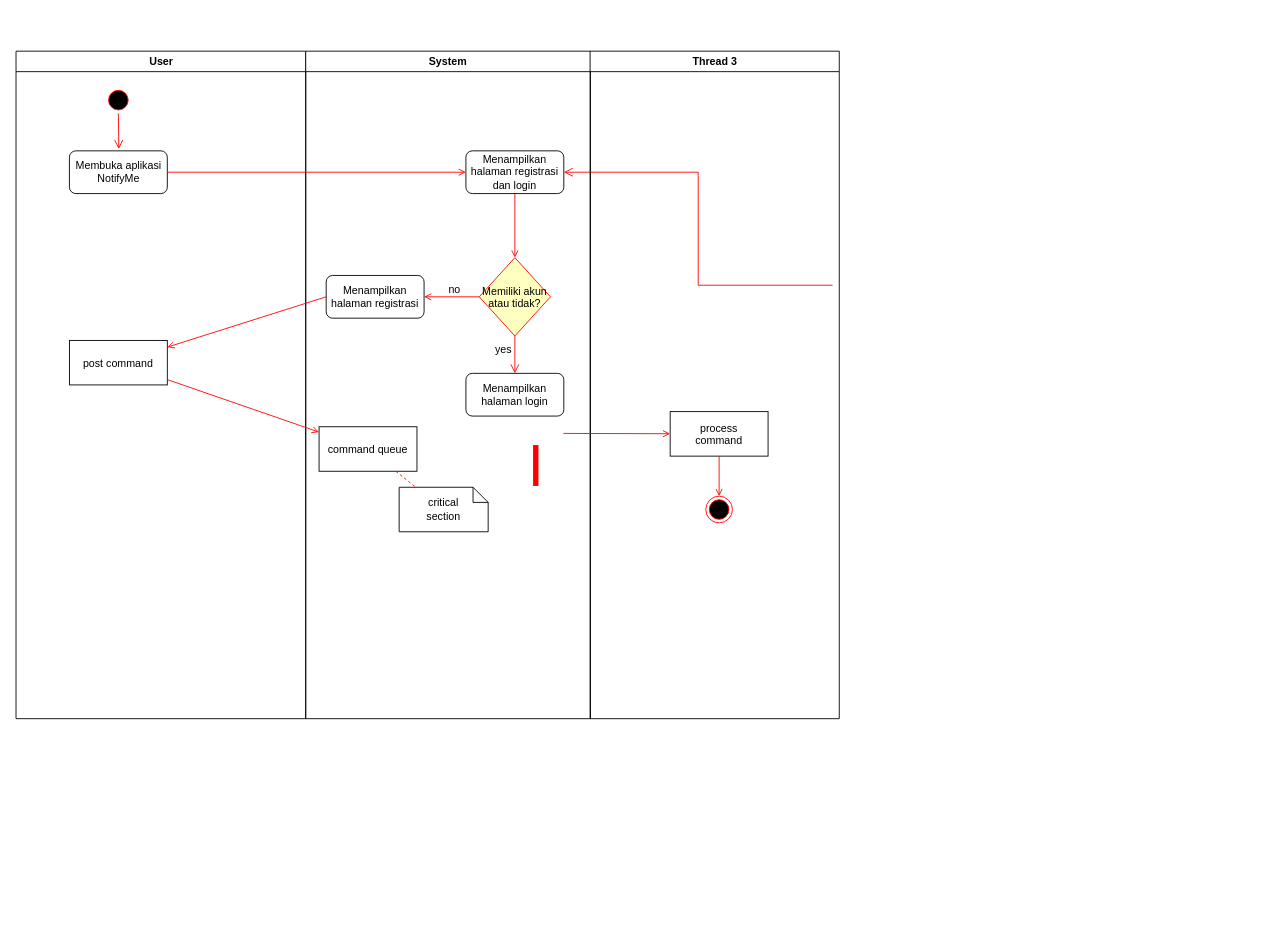
This is activityDiagram.drawio from NCalvaretta/Lab-Algorithm-and-Programming, a draw.io file, before an edit. Source tidied: cells renumbered, new cells numbered last; positions are measured from the earlier drawing's top-left corner, leaving out a move shared by most shapes. Both pictures are drawn from the tidied source at 89%, with x=0, y=0 at pixel (15, 51).
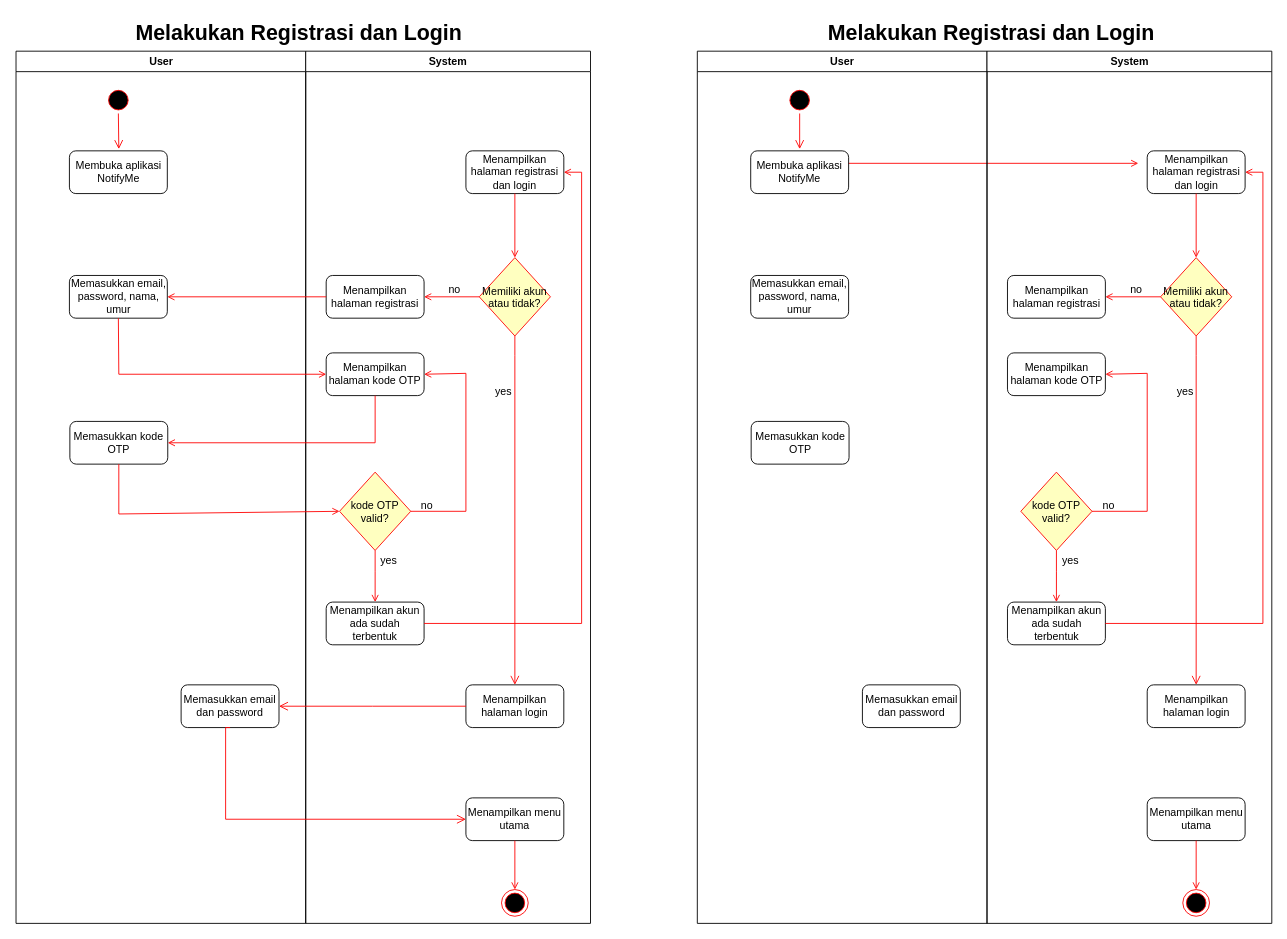
After the change.

The change refers to these unchanged cells:
```xml
<mxCell id="6" value="Membuka aplikasi NotifyMe" style="rounded=1;whiteSpace=wrap;html=1;" parent="2" vertex="1">
  <mxGeometry x="60" y="112" width="110" height="48" as="geometry" />
</mxCell>
<mxCell id="9" value="Memiliki akun&#10;atau tidak?" style="rhombus;fillColor=#ffffc0;strokeColor=#ff0000;" parent="7" vertex="1">
  <mxGeometry x="195" y="232" width="80" height="88" as="geometry" />
</mxCell>
<mxCell id="15" value="Menampilkan halaman registrasi dan login" style="rounded=1;whiteSpace=wrap;html=1;" parent="7" vertex="1">
  <mxGeometry x="180" y="112" width="110" height="48" as="geometry" />
</mxCell>
<mxCell id="18" value="Menampilkan halaman registrasi" style="rounded=1;whiteSpace=wrap;html=1;" parent="7" vertex="1">
  <mxGeometry x="23" y="252" width="110" height="48" as="geometry" />
</mxCell>
```

The edit, as a diff of the source:
```diff
@@
     <mxCell id="2" value="User" style="swimlane;whiteSpace=wrap;" parent="1" vertex="1">
-      <mxGeometry x="0.5" width="325.5" height="750" as="geometry" />
+      <mxGeometry x="0.5" width="325.5" height="980" as="geometry" />
     </mxCell>
@@
-    <mxCell id="5" value="post command" parent="2" vertex="1">
-      <mxGeometry x="60" y="325" width="110" height="50" as="geometry" />
-    </mxCell>
@@
+    <mxCell id="30" value="Memasukkan email, password, nama, umur" style="rounded=1;whiteSpace=wrap;html=1;" parent="2" vertex="1">
+      <mxGeometry x="60" y="252" width="110" height="48" as="geometry" />
+    </mxCell>
+    <mxCell id="31" value="Memasukkan email dan password" style="rounded=1;whiteSpace=wrap;html=1;" parent="2" vertex="1">
+      <mxGeometry x="185.5" y="712" width="110" height="48" as="geometry" />
+    </mxCell>
+    <mxCell id="32" value="Memasukkan kode OTP" style="rounded=1;whiteSpace=wrap;html=1;" parent="2" vertex="1">
+      <mxGeometry x="60.5" y="416" width="110" height="48" as="geometry" />
+    </mxCell>
     <mxCell id="7" value="System" style="swimlane;whiteSpace=wrap;" parent="1" vertex="1">
-      <mxGeometry x="326" width="320" height="750" as="geometry" />
+      <mxGeometry x="326" width="320" height="980" as="geometry" />
     </mxCell>
-    <mxCell id="8" value="command queue" parent="7" vertex="1">
-      <mxGeometry x="15" y="422" width="110" height="50" as="geometry" />
-    </mxCell>
@@
-    <mxCell id="10" style="edgeStyle=elbowEdgeStyle;elbow=horizontal;align=left;verticalAlign=top;endArrow=open;endSize=8;strokeColor=#FF0000;endFill=1;rounded=0;exitX=0.5;exitY=1;exitDx=0;exitDy=0;entryX=0.5;entryY=0;entryDx=0;entryDy=0;" parent="7" edge="1" source="9">
+    <mxCell id="10" style="edgeStyle=elbowEdgeStyle;elbow=horizontal;align=left;verticalAlign=top;endArrow=open;endSize=8;strokeColor=#FF0000;endFill=1;rounded=0;exitX=0.5;exitY=1;exitDx=0;exitDy=0;entryX=0.5;entryY=0;entryDx=0;entryDy=0;" parent="7" edge="1" source="9" target="19">
       <mxGeometry x="-1" relative="1" as="geometry">
-        <mxPoint x="235" y="362" as="targetPoint" />
         <Array as="points">
           <mxPoint x="235" y="342" />
         </Array>
       </mxGeometry>
     </mxCell>
-    <mxCell id="11" value="critical&#10;section" style="shape=note;whiteSpace=wrap;size=17;" parent="7" vertex="1">
-      <mxGeometry x="105" y="490" width="100" height="50" as="geometry" />
-    </mxCell>
-    <mxCell id="12" style="endArrow=none;strokeColor=#FF0000;endFill=0;rounded=0;dashed=1;" parent="7" edge="1" source="8" target="11">
-      <mxGeometry relative="1" as="geometry" />
-    </mxCell>
-    <mxCell id="13" style="whiteSpace=wrap;strokeColor=#FF0000;fillColor=#FF0000;" parent="7" vertex="1">
-      <mxGeometry x="256" y="443" width="5" height="45" as="geometry" />
-    </mxCell>
-    <mxCell id="14" style="edgeStyle=elbowEdgeStyle;elbow=horizontal;verticalAlign=bottom;endArrow=open;endSize=8;strokeColor=#FF0000;endFill=1;rounded=0;" parent="7" edge="1" target="15">
-      <mxGeometry x="130" y="90" as="geometry">
-        <mxPoint x="592" y="263" as="sourcePoint" />
-      </mxGeometry>
-    </mxCell>
@@
     <mxCell id="19" value="Menampilkan halaman login" style="rounded=1;whiteSpace=wrap;html=1;" parent="7" vertex="1">
-      <mxGeometry x="180" y="362" width="110" height="48" as="geometry" />
+      <mxGeometry x="180" y="712" width="110" height="48" as="geometry" />
     </mxCell>
@@
     <mxCell id="21" value="yes" style="text;html=1;strokeColor=none;fillColor=none;align=center;verticalAlign=middle;whiteSpace=wrap;rounded=0;" parent="7" vertex="1">
-      <mxGeometry x="205" y="332" width="35" height="8" as="geometry" />
+      <mxGeometry x="205" y="379" width="35" height="8" as="geometry" />
     </mxCell>
-    <mxCell id="22" value="Thread 3" style="swimlane;whiteSpace=wrap;" parent="1" vertex="1">
-      <mxGeometry x="645.5" width="280" height="750" as="geometry" />
-    </mxCell>
-    <mxCell id="23" value="process&#10;command" parent="22" vertex="1">
-      <mxGeometry x="90" y="405" width="110" height="50" as="geometry" />
-    </mxCell>
-    <mxCell id="24" style="edgeStyle=none;strokeColor=#FF0000;endArrow=open;endFill=1;rounded=0;" parent="22" edge="1" target="23">
-      <mxGeometry relative="1" as="geometry">
-        <mxPoint x="-30" y="429.5" as="sourcePoint" />
-      </mxGeometry>
-    </mxCell>
+    <mxCell id="33" value="Menampilkan halaman kode OTP" style="rounded=1;whiteSpace=wrap;html=1;" parent="7" vertex="1">
+      <mxGeometry x="23" y="339" width="110" height="48" as="geometry" />
+    </mxCell>
+    <mxCell id="34" value="kode OTP&#10;valid?" style="rhombus;fillColor=#ffffc0;strokeColor=#ff0000;" parent="7" vertex="1">
+      <mxGeometry x="38" y="473" width="80" height="88" as="geometry" />
+    </mxCell>
+    <mxCell id="35" style="endArrow=open;strokeColor=#FF0000;endFill=1;rounded=0;exitX=1;exitY=0.5;exitDx=0;exitDy=0;entryX=1;entryY=0.5;entryDx=0;entryDy=0;" parent="7" edge="1" source="34" target="33">
+      <mxGeometry relative="1" as="geometry">
+        <Array as="points">
+          <mxPoint x="180" y="517" />
+          <mxPoint x="180" y="362" />
+        </Array>
+      </mxGeometry>
+    </mxCell>
+    <mxCell id="36" value="no" style="text;html=1;strokeColor=none;fillColor=none;align=center;verticalAlign=middle;whiteSpace=wrap;rounded=0;" parent="7" vertex="1">
+      <mxGeometry x="119" y="507" width="35" height="8" as="geometry" />
+    </mxCell>
+    <mxCell id="37" value="yes" style="text;html=1;strokeColor=none;fillColor=none;align=center;verticalAlign=middle;whiteSpace=wrap;rounded=0;" parent="7" vertex="1">
+      <mxGeometry x="76" y="569" width="35" height="8" as="geometry" />
+    </mxCell>
+    <mxCell id="38" value="Menampilkan akun ada sudah terbentuk" style="rounded=1;whiteSpace=wrap;html=1;" parent="7" vertex="1">
+      <mxGeometry x="23" y="619" width="110" height="48" as="geometry" />
+    </mxCell>
+    <mxCell id="39" style="endArrow=open;strokeColor=#FF0000;endFill=1;rounded=0;exitX=0.5;exitY=1;exitDx=0;exitDy=0;entryX=0.5;entryY=0;entryDx=0;entryDy=0;" parent="7" edge="1" source="34" target="38">
+      <mxGeometry relative="1" as="geometry">
+        <Array as="points">
+          <mxPoint x="78" y="585" />
+        </Array>
+      </mxGeometry>
+    </mxCell>
+    <mxCell id="40" style="endArrow=open;strokeColor=#FF0000;endFill=1;rounded=0;exitX=1;exitY=0.5;exitDx=0;exitDy=0;entryX=1;entryY=0.5;entryDx=0;entryDy=0;" parent="7" edge="1" source="38" target="15">
+      <mxGeometry relative="1" as="geometry">
+        <Array as="points">
+          <mxPoint x="310" y="643" />
+          <mxPoint x="310" y="136" />
+        </Array>
+      </mxGeometry>
+    </mxCell>
-    <mxCell id="25" style="ellipse;shape=endState;fillColor=#000000;strokeColor=#ff0000;" parent="22" vertex="1">
-      <mxGeometry x="130" y="500" width="30" height="30" as="geometry" />
+    <mxCell id="25" style="ellipse;shape=endState;fillColor=#000000;strokeColor=#ff0000;" parent="7" vertex="1">
+      <mxGeometry x="220" y="942" width="30" height="30" as="geometry" />
     </mxCell>
-    <mxCell id="26" style="endArrow=open;strokeColor=#FF0000;endFill=1;rounded=0;" parent="22" edge="1" source="23" target="25">
-      <mxGeometry relative="1" as="geometry" />
-    </mxCell>
-    <mxCell id="27" style="endArrow=open;strokeColor=#FF0000;endFill=1;rounded=0;" parent="1" edge="1" source="5" target="8">
-      <mxGeometry relative="1" as="geometry" />
-    </mxCell>
+    <mxCell id="41" value="Menampilkan menu utama" style="rounded=1;whiteSpace=wrap;html=1;" parent="7" vertex="1">
+      <mxGeometry x="180" y="839" width="110" height="48" as="geometry" />
+    </mxCell>
+    <mxCell id="42" style="endArrow=open;strokeColor=#FF0000;endFill=1;rounded=0;exitX=0.5;exitY=1;exitDx=0;exitDy=0;entryX=0.5;entryY=0;entryDx=0;entryDy=0;" parent="7" edge="1" source="41" target="25">
+      <mxGeometry relative="1" as="geometry" />
+    </mxCell>
-    <mxCell id="28" style="endArrow=open;strokeColor=#FF0000;endFill=1;rounded=0;exitX=1;exitY=0.5;exitDx=0;exitDy=0;entryX=0;entryY=0.5;entryDx=0;entryDy=0;" parent="1" edge="1" source="6" target="15">
-      <mxGeometry relative="1" as="geometry" />
+    <mxCell id="28" style="endArrow=open;strokeColor=#FF0000;endFill=1;rounded=0;exitX=1;exitY=0.5;exitDx=0;exitDy=0;entryX=0;entryY=0.5;entryDx=0;entryDy=0;" parent="1" edge="1">
+      <mxGeometry relative="1" as="geometry">
+        <mxPoint x="926" y="126" as="sourcePoint" />
+        <mxPoint x="1261.5" y="126" as="targetPoint" />
+      </mxGeometry>
     </mxCell>
-    <mxCell id="29" style="endArrow=open;strokeColor=#FF0000;endFill=1;rounded=0;exitX=0;exitY=0.5;exitDx=0;exitDy=0;" parent="1" edge="1" source="18" target="5">
+    <mxCell id="29" style="endArrow=open;strokeColor=#FF0000;endFill=1;rounded=0;exitX=0;exitY=0.5;exitDx=0;exitDy=0;entryX=1;entryY=0.5;entryDx=0;entryDy=0;" parent="1" edge="1" source="18" target="30">
       <mxGeometry relative="1" as="geometry" />
     </mxCell>
+    <mxCell id="43" style="edgeStyle=elbowEdgeStyle;elbow=horizontal;align=left;verticalAlign=top;endArrow=open;endSize=8;strokeColor=#FF0000;endFill=1;rounded=0;exitX=0;exitY=0.5;exitDx=0;exitDy=0;entryX=1;entryY=0.5;entryDx=0;entryDy=0;" parent="1" edge="1" source="19" target="31">
+      <mxGeometry x="-1" relative="1" as="geometry" />
+    </mxCell>
+    <mxCell id="44" style="endArrow=open;strokeColor=#FF0000;endFill=1;rounded=0;exitX=0.5;exitY=1;exitDx=0;exitDy=0;entryX=0;entryY=0.5;entryDx=0;entryDy=0;" parent="1" edge="1" source="30" target="33">
+      <mxGeometry relative="1" as="geometry">
+        <Array as="points">
+          <mxPoint x="116" y="363" />
+        </Array>
+      </mxGeometry>
+    </mxCell>
+    <mxCell id="45" style="endArrow=open;strokeColor=#FF0000;endFill=1;rounded=0;exitX=0.5;exitY=1;exitDx=0;exitDy=0;entryX=1;entryY=0.5;entryDx=0;entryDy=0;" parent="1" edge="1" source="33" target="32">
+      <mxGeometry relative="1" as="geometry">
+        <Array as="points">
+          <mxPoint x="404" y="440" />
+        </Array>
+      </mxGeometry>
+    </mxCell>
+    <mxCell id="46" style="endArrow=open;strokeColor=#FF0000;endFill=1;rounded=0;exitX=0.5;exitY=1;exitDx=0;exitDy=0;entryX=0;entryY=0.5;entryDx=0;entryDy=0;" parent="1" edge="1" source="32" target="34">
+      <mxGeometry relative="1" as="geometry">
+        <Array as="points">
+          <mxPoint x="116" y="520" />
+        </Array>
+      </mxGeometry>
+    </mxCell>
+    <mxCell id="47" style="edgeStyle=elbowEdgeStyle;elbow=horizontal;align=left;verticalAlign=top;endArrow=open;endSize=8;strokeColor=#FF0000;endFill=1;rounded=0;exitX=0.5;exitY=1;exitDx=0;exitDy=0;entryX=0;entryY=0.5;entryDx=0;entryDy=0;" parent="1" edge="1" source="31" target="41">
+      <mxGeometry x="-1" relative="1" as="geometry">
+        <Array as="points">
+          <mxPoint x="236" y="860" />
+        </Array>
+      </mxGeometry>
+    </mxCell>
+    <mxCell id="48" value="Melakukan Registrasi dan Login" style="text;strokeColor=none;fillColor=none;html=1;fontSize=24;fontStyle=1;verticalAlign=middle;align=center;" parent="1" vertex="1">
+      <mxGeometry x="268" y="-40" width="100" height="40" as="geometry" />
+    </mxCell>
+    <mxCell id="49" value="User" style="swimlane;whiteSpace=wrap;" parent="1" vertex="1">
+      <mxGeometry x="766" width="325.5" height="980" as="geometry" />
+    </mxCell>
+    <mxCell id="50" style="ellipse;shape=startState;fillColor=#000000;strokeColor=#ff0000;" parent="49" vertex="1">
+      <mxGeometry x="100" y="40" width="30" height="30" as="geometry" />
+    </mxCell>
+    <mxCell id="51" style="edgeStyle=elbowEdgeStyle;elbow=horizontal;verticalAlign=bottom;endArrow=open;endSize=8;strokeColor=#FF0000;endFill=1;rounded=0;" parent="49" edge="1" source="50">
+      <mxGeometry x="100" y="40" as="geometry">
+        <mxPoint x="115.1" y="110" as="targetPoint" />
+      </mxGeometry>
+    </mxCell>
+    <mxCell id="52" value="Membuka aplikasi NotifyMe" style="rounded=1;whiteSpace=wrap;html=1;" parent="49" vertex="1">
+      <mxGeometry x="60" y="112" width="110" height="48" as="geometry" />
+    </mxCell>
+    <mxCell id="53" value="Memasukkan email, password, nama, umur" style="rounded=1;whiteSpace=wrap;html=1;" parent="49" vertex="1">
+      <mxGeometry x="60" y="252" width="110" height="48" as="geometry" />
+    </mxCell>
+    <mxCell id="54" value="Memasukkan email dan password" style="rounded=1;whiteSpace=wrap;html=1;" parent="49" vertex="1">
+      <mxGeometry x="185.5" y="712" width="110" height="48" as="geometry" />
+    </mxCell>
+    <mxCell id="55" value="Memasukkan kode OTP" style="rounded=1;whiteSpace=wrap;html=1;" parent="49" vertex="1">
+      <mxGeometry x="60.5" y="416" width="110" height="48" as="geometry" />
+    </mxCell>
+    <mxCell id="56" value="System" style="swimlane;whiteSpace=wrap;" parent="1" vertex="1">
+      <mxGeometry x="1091.5" width="320" height="980" as="geometry" />
+    </mxCell>
+    <mxCell id="57" value="Memiliki akun&#10;atau tidak?" style="rhombus;fillColor=#ffffc0;strokeColor=#ff0000;" parent="56" vertex="1">
+      <mxGeometry x="195" y="232" width="80" height="88" as="geometry" />
+    </mxCell>
+    <mxCell id="58" style="edgeStyle=elbowEdgeStyle;elbow=horizontal;align=left;verticalAlign=top;endArrow=open;endSize=8;strokeColor=#FF0000;endFill=1;rounded=0;exitX=0.5;exitY=1;exitDx=0;exitDy=0;entryX=0.5;entryY=0;entryDx=0;entryDy=0;" parent="56" edge="1" source="57" target="63">
+      <mxGeometry x="-1" relative="1" as="geometry">
+        <Array as="points">
+          <mxPoint x="235" y="342" />
+        </Array>
+      </mxGeometry>
+    </mxCell>
+    <mxCell id="59" value="Menampilkan halaman registrasi dan login" style="rounded=1;whiteSpace=wrap;html=1;" parent="56" vertex="1">
+      <mxGeometry x="180" y="112" width="110" height="48" as="geometry" />
+    </mxCell>
+    <mxCell id="60" style="endArrow=open;strokeColor=#FF0000;endFill=1;rounded=0;exitX=0.5;exitY=1;exitDx=0;exitDy=0;entryX=0.5;entryY=0;entryDx=0;entryDy=0;" parent="56" edge="1" source="59" target="57">
+      <mxGeometry relative="1" as="geometry" />
+    </mxCell>
+    <mxCell id="61" style="endArrow=open;strokeColor=#FF0000;endFill=1;rounded=0;exitX=0;exitY=0.5;exitDx=0;exitDy=0;entryX=1;entryY=0.5;entryDx=0;entryDy=0;" parent="56" edge="1" source="57" target="62">
+      <mxGeometry relative="1" as="geometry" />
+    </mxCell>
+    <mxCell id="62" value="Menampilkan halaman registrasi" style="rounded=1;whiteSpace=wrap;html=1;" parent="56" vertex="1">
+      <mxGeometry x="23" y="252" width="110" height="48" as="geometry" />
+    </mxCell>
+    <mxCell id="63" value="Menampilkan halaman login" style="rounded=1;whiteSpace=wrap;html=1;" parent="56" vertex="1">
+      <mxGeometry x="180" y="712" width="110" height="48" as="geometry" />
+    </mxCell>
+    <mxCell id="64" value="no" style="text;html=1;strokeColor=none;fillColor=none;align=center;verticalAlign=middle;whiteSpace=wrap;rounded=0;" parent="56" vertex="1">
+      <mxGeometry x="150" y="264" width="35" height="8" as="geometry" />
+    </mxCell>
+    <mxCell id="65" value="yes" style="text;html=1;strokeColor=none;fillColor=none;align=center;verticalAlign=middle;whiteSpace=wrap;rounded=0;" parent="56" vertex="1">
+      <mxGeometry x="205" y="379" width="35" height="8" as="geometry" />
+    </mxCell>
+    <mxCell id="66" value="Menampilkan halaman kode OTP" style="rounded=1;whiteSpace=wrap;html=1;" parent="56" vertex="1">
+      <mxGeometry x="23" y="339" width="110" height="48" as="geometry" />
+    </mxCell>
+    <mxCell id="67" value="kode OTP&#10;valid?" style="rhombus;fillColor=#ffffc0;strokeColor=#ff0000;" parent="56" vertex="1">
+      <mxGeometry x="38" y="473" width="80" height="88" as="geometry" />
+    </mxCell>
+    <mxCell id="68" style="endArrow=open;strokeColor=#FF0000;endFill=1;rounded=0;exitX=1;exitY=0.5;exitDx=0;exitDy=0;entryX=1;entryY=0.5;entryDx=0;entryDy=0;" parent="56" edge="1" source="67" target="66">
+      <mxGeometry relative="1" as="geometry">
+        <Array as="points">
+          <mxPoint x="180" y="517" />
+          <mxPoint x="180" y="362" />
+        </Array>
+      </mxGeometry>
+    </mxCell>
+    <mxCell id="69" value="no" style="text;html=1;strokeColor=none;fillColor=none;align=center;verticalAlign=middle;whiteSpace=wrap;rounded=0;" parent="56" vertex="1">
+      <mxGeometry x="119" y="507" width="35" height="8" as="geometry" />
+    </mxCell>
+    <mxCell id="70" value="yes" style="text;html=1;strokeColor=none;fillColor=none;align=center;verticalAlign=middle;whiteSpace=wrap;rounded=0;" parent="56" vertex="1">
+      <mxGeometry x="76" y="569" width="35" height="8" as="geometry" />
+    </mxCell>
+    <mxCell id="71" value="Menampilkan akun ada sudah terbentuk" style="rounded=1;whiteSpace=wrap;html=1;" parent="56" vertex="1">
+      <mxGeometry x="23" y="619" width="110" height="48" as="geometry" />
+    </mxCell>
+    <mxCell id="72" style="endArrow=open;strokeColor=#FF0000;endFill=1;rounded=0;exitX=0.5;exitY=1;exitDx=0;exitDy=0;entryX=0.5;entryY=0;entryDx=0;entryDy=0;" parent="56" edge="1" source="67" target="71">
+      <mxGeometry relative="1" as="geometry">
+        <Array as="points">
+          <mxPoint x="78" y="585" />
+        </Array>
+      </mxGeometry>
+    </mxCell>
+    <mxCell id="73" style="endArrow=open;strokeColor=#FF0000;endFill=1;rounded=0;exitX=1;exitY=0.5;exitDx=0;exitDy=0;entryX=1;entryY=0.5;entryDx=0;entryDy=0;" parent="56" edge="1" source="71" target="59">
+      <mxGeometry relative="1" as="geometry">
+        <Array as="points">
+          <mxPoint x="310" y="643" />
+          <mxPoint x="310" y="136" />
+        </Array>
+      </mxGeometry>
+    </mxCell>
+    <mxCell id="74" style="ellipse;shape=endState;fillColor=#000000;strokeColor=#ff0000;" parent="56" vertex="1">
+      <mxGeometry x="220" y="942" width="30" height="30" as="geometry" />
+    </mxCell>
+    <mxCell id="75" value="Menampilkan menu utama" style="rounded=1;whiteSpace=wrap;html=1;" parent="56" vertex="1">
+      <mxGeometry x="180" y="839" width="110" height="48" as="geometry" />
+    </mxCell>
+    <mxCell id="76" style="endArrow=open;strokeColor=#FF0000;endFill=1;rounded=0;exitX=0.5;exitY=1;exitDx=0;exitDy=0;entryX=0.5;entryY=0;entryDx=0;entryDy=0;" parent="56" edge="1" source="75" target="74">
+      <mxGeometry relative="1" as="geometry" />
+    </mxCell>
+    <mxCell id="77" value="Melakukan Registrasi dan Login" style="text;strokeColor=none;fillColor=none;html=1;fontSize=24;fontStyle=1;verticalAlign=middle;align=center;" parent="1" vertex="1">
+      <mxGeometry x="1046" y="-40" width="100" height="40" as="geometry" />
+    </mxCell>
```
